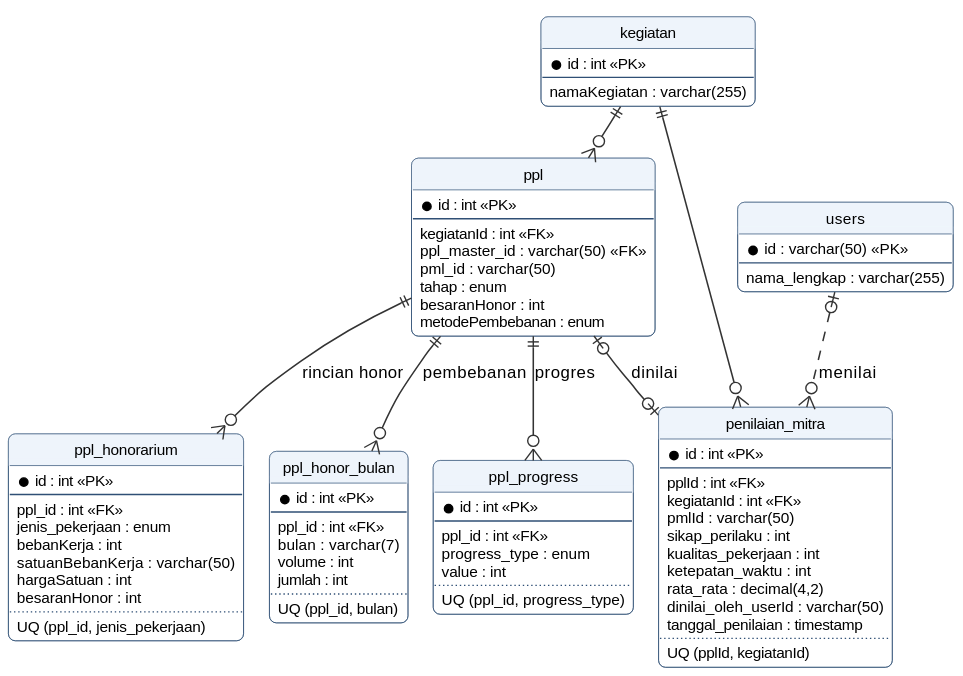
The PlantUML diagram docs/diagram/out/erd-honor-progres-penilaian.svg in kharis5870/Kharisma, before a commit.
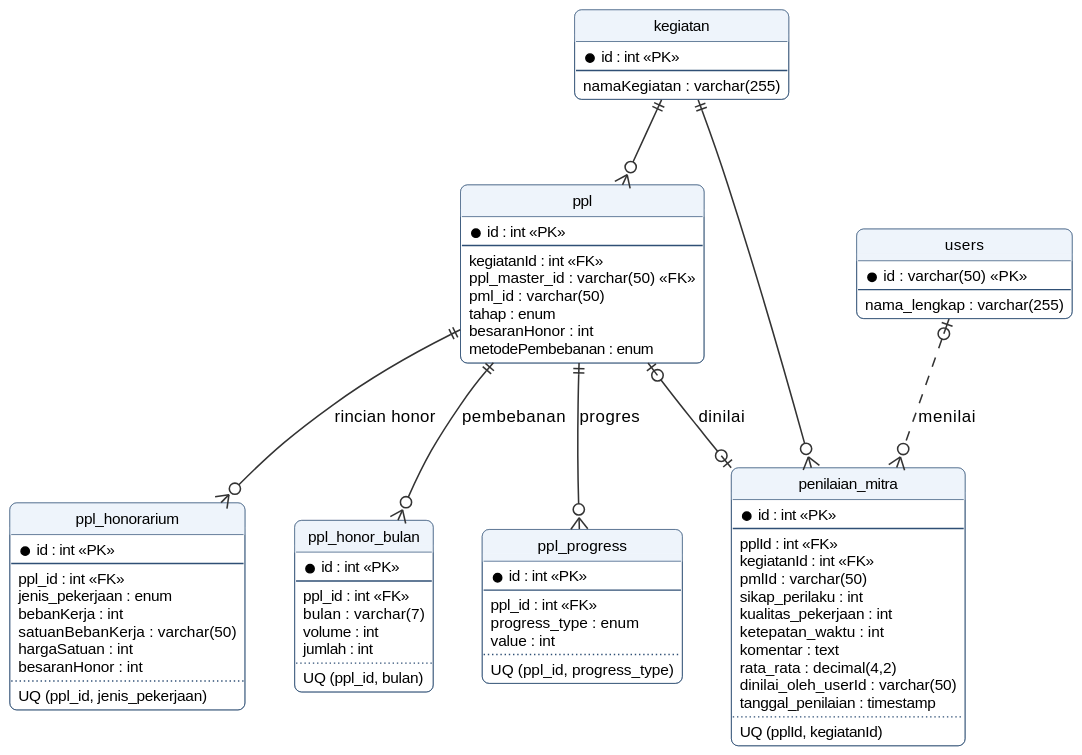
Above is the later version.

Change to the diagram source:
```diff
@@ -63,6 +63,7 @@
   sikap_perilaku : int
   kualitas_pekerjaan : int
   ketepatan_waktu : int
+  komentar : text
   rata_rata : decimal(4,2)
   dinilai_oleh_userId : varchar(50)
   tanggal_penilaian : timestamp
```
